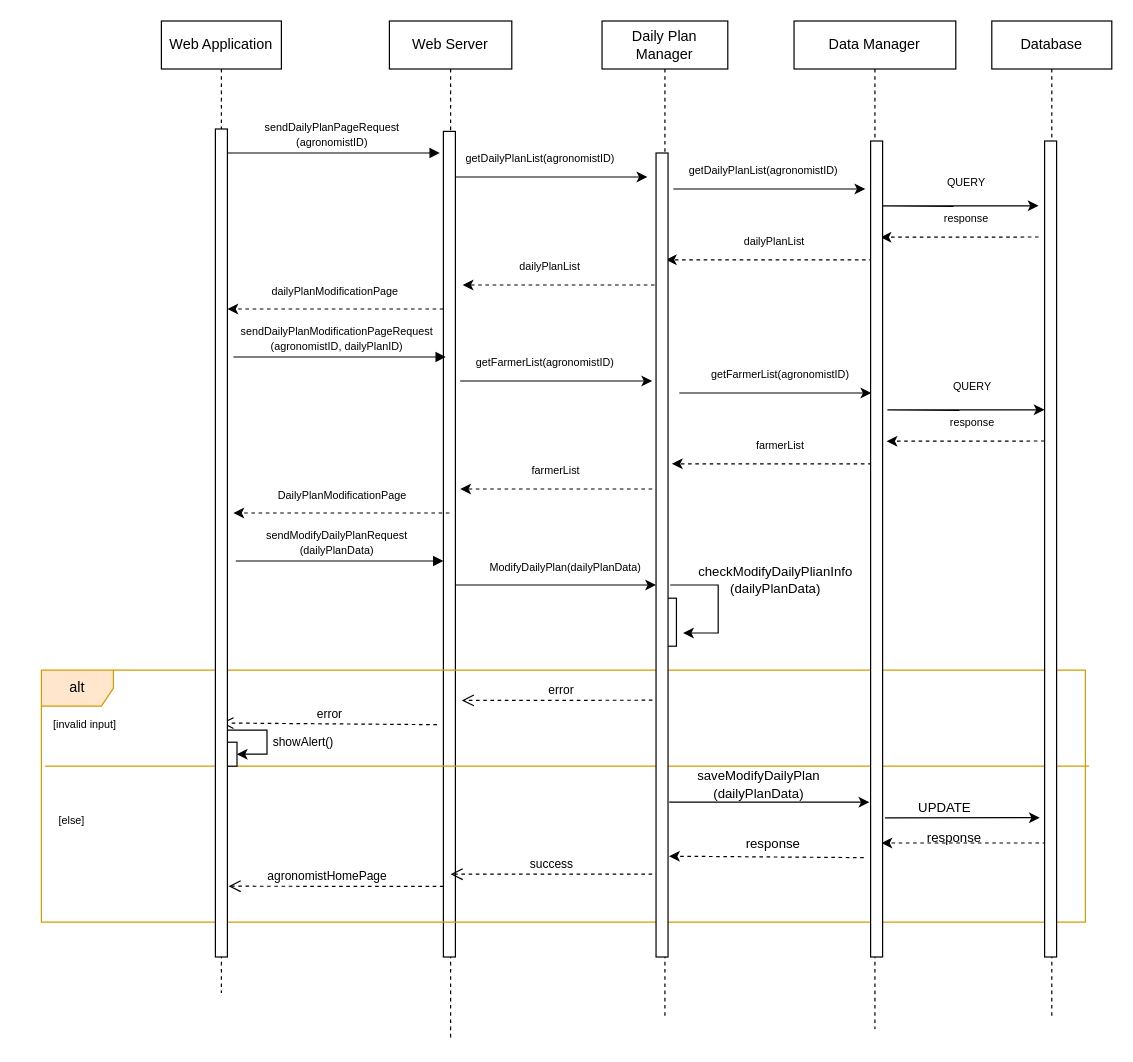
ictar/DREAM-SE2-Project-2022 keeps this draw.io diagram as page "A-ModifyDP-UC4" (4 of 18) of DD/UML/Runtime.drawio. Above is the earlier version. Source tidied: cells renumbered, new cells numbered last; positions are measured from the earlier drawing's top-left corner, leaving out a move shared by most shapes. Both pictures are drawn from the tidied source at 120%, with x=0, y=0 at pixel (20, 20).
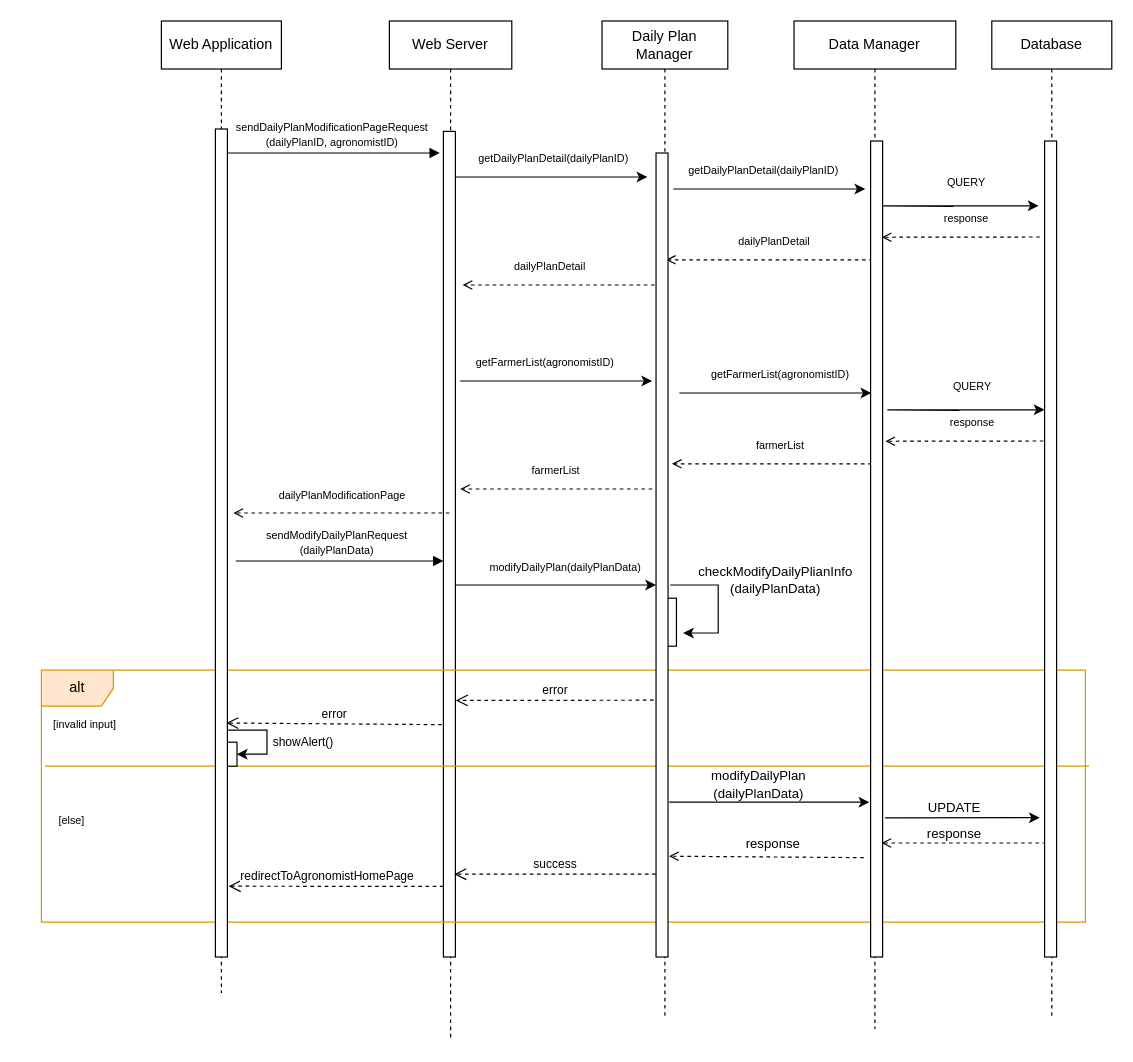
Above is the later version.

The change refers to these unchanged cells:
```xml
<mxCell id="3" value="Web Server" style="shape=umlLifeline;perimeter=lifelinePerimeter;whiteSpace=wrap;html=1;" parent="1" vertex="1">
  <mxGeometry x="307" width="102" height="850" as="geometry" />
</mxCell>
<mxCell id="28" style="html=1;points=[];perimeter=orthogonalPerimeter;" parent="1" vertex="1">
  <mxGeometry x="162" y="90" width="10" height="690" as="geometry" />
</mxCell>
<mxCell id="29" value="Data Manager" style="shape=umlLifeline;perimeter=lifelinePerimeter;whiteSpace=wrap;html=1;" parent="1" vertex="1">
  <mxGeometry x="644.2" width="134.8" height="840" as="geometry" />
</mxCell>
<mxCell id="44" value="&lt;span&gt;Daily Plan Manager&lt;/span&gt;" style="shape=umlLifeline;perimeter=lifelinePerimeter;whiteSpace=wrap;html=1;" parent="1" vertex="1">
  <mxGeometry x="484.2" width="104.8" height="830" as="geometry" />
</mxCell>
```

The edit, as a diff of the source:
```diff
@@
-    <mxCell id="7" style="endArrow=classic;html=1;rounded=0;dashed=1;exitX=-0.367;exitY=0.985;exitDx=0;exitDy=0;exitPerimeter=0;" parent="3" edge="1">
+    <mxCell id="7" style="endArrow=open;html=1;rounded=0;dashed=1;exitX=-0.367;exitY=0.985;exitDx=0;exitDy=0;exitPerimeter=0;endFill=0;" parent="3" edge="1">
       <mxGeometry relative="1" as="geometry">
         <mxPoint x="395.3" y="697.2" as="sourcePoint" />
         <mxPoint x="233" y="696" as="targetPoint" />
       </mxGeometry>
     </mxCell>
@@
-    <mxCell id="9" style="endArrow=classic;html=1;rounded=0;dashed=1;exitX=-0.055;exitY=0.851;exitDx=0;exitDy=0;exitPerimeter=0;" parent="3" edge="1">
+    <mxCell id="9" style="endArrow=open;html=1;rounded=0;dashed=1;exitX=-0.055;exitY=0.851;exitDx=0;exitDy=0;exitPerimeter=0;endFill=0;" parent="3" edge="1">
       <mxGeometry relative="1" as="geometry">
         <mxPoint x="547.4" y="685" as="sourcePoint" />
         <mxPoint x="410" y="685" as="targetPoint" />
       </mxGeometry>
     </mxCell>
-    <mxCell id="10" value="&lt;span style=&quot;font-size: 11px&quot;&gt;UPDATE&lt;/span&gt;" style="text;html=1;strokeColor=none;fillColor=none;align=center;verticalAlign=middle;whiteSpace=wrap;rounded=0;" parent="3" vertex="1">
-      <mxGeometry x="433" y="641" width="60" height="30" as="geometry" />
-    </mxCell>
-    <mxCell id="11" value="response" style="text;html=1;strokeColor=none;fillColor=none;align=center;verticalAlign=middle;whiteSpace=wrap;rounded=0;fontSize=11;" parent="3" vertex="1">
-      <mxGeometry x="441" y="666" width="60" height="30" as="geometry" />
-    </mxCell>
@@
-    <mxCell id="14" value="&lt;font face=&quot;helvetica&quot; size=&quot;1&quot;&gt;agronomistHomePage&lt;/font&gt;" style="html=1;verticalAlign=bottom;endArrow=open;dashed=1;endSize=8;exitX=-0.09;exitY=0.822;rounded=0;exitDx=0;exitDy=0;exitPerimeter=0;" parent="3" edge="1">
+    <mxCell id="14" value="&lt;span style=&quot;font-family: &amp;#34;helvetica&amp;#34; ; font-size: x-small&quot;&gt;redirectToA&lt;/span&gt;&lt;font face=&quot;helvetica&quot; size=&quot;1&quot;&gt;gronomistHomePage&lt;/font&gt;" style="html=1;verticalAlign=bottom;endArrow=open;dashed=1;endSize=8;exitX=-0.09;exitY=0.822;rounded=0;exitDx=0;exitDy=0;exitPerimeter=0;" parent="3" edge="1">
       <mxGeometry x="0.07" relative="1" as="geometry">
         <mxPoint x="45.1" y="721.2" as="sourcePoint" />
         <mxPoint x="-134" y="721" as="targetPoint" />
         <mxPoint x="-1" as="offset" />
       </mxGeometry>
     </mxCell>
     <mxCell id="15" value="&lt;font style=&quot;font-size: 10px&quot;&gt;success&lt;/font&gt;" style="html=1;verticalAlign=bottom;endArrow=open;dashed=1;endSize=8;rounded=0;" parent="3" edge="1">
       <mxGeometry relative="1" as="geometry">
-        <mxPoint x="219" y="711" as="sourcePoint" />
-        <mxPoint x="51" y="711" as="targetPoint" />
+        <mxPoint x="222" y="711" as="sourcePoint" />
+        <mxPoint x="54" y="711" as="targetPoint" />
       </mxGeometry>
     </mxCell>
-    <mxCell id="16" value="&lt;font style=&quot;font-size: 11px&quot;&gt;saveModifyDailyPlan&lt;br&gt;(d&lt;/font&gt;&lt;span style=&quot;font-size: 11px&quot;&gt;ailyPlanData)&lt;/span&gt;" style="text;html=1;strokeColor=none;fillColor=none;align=center;verticalAlign=middle;whiteSpace=wrap;rounded=0;" parent="3" vertex="1">
+    <mxCell id="16" value="&lt;font style=&quot;font-size: 11px&quot;&gt;modifyDailyPlan&lt;br&gt;(d&lt;/font&gt;&lt;span style=&quot;font-size: 11px&quot;&gt;ailyPlanData)&lt;/span&gt;" style="text;html=1;strokeColor=none;fillColor=none;align=center;verticalAlign=middle;whiteSpace=wrap;rounded=0;" parent="3" vertex="1">
       <mxGeometry x="278.2" y="621" width="60" height="30" as="geometry" />
     </mxCell>
@@
     <mxCell id="23" value="&lt;font style=&quot;font-size: 10px&quot;&gt;error&lt;/font&gt;" style="html=1;verticalAlign=bottom;endArrow=open;dashed=1;endSize=8;rounded=0;exitX=-0.067;exitY=0.831;exitDx=0;exitDy=0;exitPerimeter=0;entryX=0.953;entryY=0.495;entryDx=0;entryDy=0;entryPerimeter=0;" parent="3" edge="1">
       <mxGeometry relative="1" as="geometry">
-        <mxPoint x="225.2" y="566" as="sourcePoint" />
-        <mxPoint x="60.3" y="566.2" as="targetPoint" />
+        <mxPoint x="220.2" y="566" as="sourcePoint" />
+        <mxPoint x="55.3" y="566.2" as="targetPoint" />
       </mxGeometry>
     </mxCell>
     <mxCell id="24" value="&lt;font style=&quot;font-size: 10px&quot;&gt;error&lt;/font&gt;" style="html=1;verticalAlign=bottom;endArrow=open;dashed=1;endSize=8;rounded=0;exitX=-0.067;exitY=0.831;exitDx=0;exitDy=0;exitPerimeter=0;" parent="3" edge="1">
       <mxGeometry relative="1" as="geometry">
-        <mxPoint x="39.6" y="586.4" as="sourcePoint" />
-        <mxPoint x="-140" y="585" as="targetPoint" />
+        <mxPoint x="43.6" y="586.4" as="sourcePoint" />
+        <mxPoint x="-136" y="585" as="targetPoint" />
       </mxGeometry>
     </mxCell>
-    <mxCell id="25" value="get&lt;span style=&quot;font-family: &amp;#34;helvetica&amp;#34; ; background-color: rgb(255 , 255 , 255)&quot;&gt;DailyPlan&lt;/span&gt;List(agronomistID)" style="text;html=1;strokeColor=none;fillColor=none;align=center;verticalAlign=middle;whiteSpace=wrap;rounded=0;labelBackgroundColor=none;fontFamily=Helvetica;fontSize=9;" parent="3" vertex="1">
-      <mxGeometry x="96" y="100" width="60" height="30" as="geometry" />
-    </mxCell>
@@
-    <mxCell id="34" style="endArrow=classic;html=1;rounded=0;fontFamily=Helvetica;fontSize=9;strokeColor=#000000;entryX=0.933;entryY=0.167;entryDx=0;entryDy=0;entryPerimeter=0;dashed=1;" parent="29" edge="1">
+    <mxCell id="34" style="endArrow=open;html=1;rounded=0;fontFamily=Helvetica;fontSize=9;strokeColor=#000000;entryX=0.933;entryY=0.167;entryDx=0;entryDy=0;entryPerimeter=0;dashed=1;endFill=0;" parent="29" edge="1">
       <mxGeometry relative="1" as="geometry">
-        <mxPoint x="203.8" y="180" as="sourcePoint" />
-        <mxPoint x="72.1" y="180.2" as="targetPoint" />
+        <mxPoint x="204.8" y="180" as="sourcePoint" />
+        <mxPoint x="73.1" y="180.2" as="targetPoint" />
       </mxGeometry>
     </mxCell>
@@
-    <mxCell id="36" style="endArrow=classic;html=1;rounded=0;fontFamily=Helvetica;fontSize=9;strokeColor=#000000;dashed=1;" parent="29" edge="1">
+    <mxCell id="36" style="endArrow=open;html=1;rounded=0;fontFamily=Helvetica;fontSize=9;strokeColor=#000000;dashed=1;endFill=0;" parent="29" edge="1">
       <mxGeometry relative="1" as="geometry">
         <mxPoint x="65.7" y="199" as="sourcePoint" />
         <mxPoint x="-106.8" y="199" as="targetPoint" />
       </mxGeometry>
     </mxCell>
-    <mxCell id="37" style="endArrow=classic;html=1;rounded=0;fontFamily=Helvetica;fontSize=9;strokeColor=#000000;dashed=1;" parent="29" edge="1">
+    <mxCell id="37" style="endArrow=open;html=1;rounded=0;fontFamily=Helvetica;fontSize=9;strokeColor=#000000;dashed=1;endFill=0;" parent="29" edge="1">
       <mxGeometry relative="1" as="geometry">
         <mxPoint x="-116.2" y="220" as="sourcePoint" />
         <mxPoint x="-276.2" y="220" as="targetPoint" />
       </mxGeometry>
     </mxCell>
-    <mxCell id="38" value="get&lt;span style=&quot;font-family: &amp;#34;helvetica&amp;#34; ; background-color: rgb(255 , 255 , 255)&quot;&gt;DailyPlan&lt;/span&gt;List(agronomistID)" style="text;html=1;strokeColor=none;fillColor=none;align=center;verticalAlign=middle;whiteSpace=wrap;rounded=0;labelBackgroundColor=none;fontFamily=Helvetica;fontSize=9;" parent="29" vertex="1">
+    <mxCell id="38" value="get&lt;span style=&quot;font-family: &amp;#34;helvetica&amp;#34; ; background-color: rgb(255 , 255 , 255)&quot;&gt;DailyPlan&lt;/span&gt;Detail(dailyPlanID)" style="text;html=1;strokeColor=none;fillColor=none;align=center;verticalAlign=middle;whiteSpace=wrap;rounded=0;labelBackgroundColor=none;fontFamily=Helvetica;fontSize=9;" parent="29" vertex="1">
       <mxGeometry x="-80" y="110" width="110" height="30" as="geometry" />
     </mxCell>
-    <mxCell id="39" value="&lt;span style=&quot;font-family: &amp;#34;helvetica&amp;#34; ; background-color: rgb(255 , 255 , 255)&quot;&gt;dailyPlan&lt;/span&gt;List" style="text;html=1;strokeColor=none;fillColor=none;align=center;verticalAlign=middle;whiteSpace=wrap;rounded=0;labelBackgroundColor=none;fontFamily=Helvetica;fontSize=9;" parent="29" vertex="1">
+    <mxCell id="39" value="&lt;span style=&quot;font-family: &amp;#34;helvetica&amp;#34; ; background-color: rgb(255 , 255 , 255)&quot;&gt;dailyPlan&lt;/span&gt;Detail" style="text;html=1;strokeColor=none;fillColor=none;align=center;verticalAlign=middle;whiteSpace=wrap;rounded=0;labelBackgroundColor=none;fontFamily=Helvetica;fontSize=9;" parent="29" vertex="1">
       <mxGeometry x="-46.2" y="169" width="60" height="30" as="geometry" />
     </mxCell>
-    <mxCell id="40" value="&lt;span style=&quot;font-family: &amp;#34;helvetica&amp;#34; ; background-color: rgb(255 , 255 , 255)&quot;&gt;dailyPlan&lt;/span&gt;List" style="text;html=1;strokeColor=none;fillColor=none;align=center;verticalAlign=middle;whiteSpace=wrap;rounded=0;labelBackgroundColor=none;fontFamily=Helvetica;fontSize=9;" parent="29" vertex="1">
+    <mxCell id="40" value="&lt;span style=&quot;font-family: &amp;#34;helvetica&amp;#34; ; background-color: rgb(255 , 255 , 255)&quot;&gt;dailyPlan&lt;/span&gt;Detail" style="text;html=1;strokeColor=none;fillColor=none;align=center;verticalAlign=middle;whiteSpace=wrap;rounded=0;labelBackgroundColor=none;fontFamily=Helvetica;fontSize=9;" parent="29" vertex="1">
       <mxGeometry x="-233.2" y="190" width="60" height="30" as="geometry" />
     </mxCell>
-    <mxCell id="41" value="&lt;div&gt;&lt;span style=&quot;font-size: 9px&quot;&gt;send&lt;/span&gt;&lt;span style=&quot;font-family: &amp;#34;helvetica&amp;#34; ; font-size: 9px&quot;&gt;DailyPlanPage&lt;/span&gt;&lt;span style=&quot;font-size: 9px&quot;&gt;Request&lt;/span&gt;&lt;/div&gt;&lt;div&gt;&lt;span style=&quot;font-size: 9px&quot;&gt;(agronomistID)&lt;/span&gt;&lt;/div&gt;" style="html=1;verticalAlign=bottom;endArrow=block;rounded=0;align=center;" parent="1" edge="1" source="28">
+    <mxCell id="41" value="&lt;div&gt;&lt;span style=&quot;font-size: 9px&quot;&gt;send&lt;/span&gt;&lt;span style=&quot;font-family: &amp;#34;helvetica&amp;#34; ; font-size: 9px&quot;&gt;DailyPlanModificationPage&lt;/span&gt;&lt;span style=&quot;font-size: 9px&quot;&gt;Request&lt;/span&gt;&lt;/div&gt;&lt;div&gt;&lt;span style=&quot;font-size: 9px&quot;&gt;(dailyPlanID, agronomistID)&lt;/span&gt;&lt;/div&gt;" style="html=1;verticalAlign=bottom;endArrow=block;rounded=0;align=center;" parent="1" edge="1" source="28">
       <mxGeometry x="-0.02" relative="1" as="geometry">
         <mxPoint x="349" y="110" as="targetPoint" />
         <Array as="points">
           <mxPoint x="289" y="110" />
         </Array>
       </mxGeometry>
     </mxCell>
-    <mxCell id="42" style="endArrow=classic;html=1;rounded=0;dashed=1;" parent="1" edge="1">
-      <mxGeometry relative="1" as="geometry">
-        <mxPoint x="352" y="240" as="sourcePoint" />
-        <mxPoint x="172" y="240" as="targetPoint" />
-      </mxGeometry>
-    </mxCell>
-    <mxCell id="43" value="&lt;span style=&quot;font-family: &amp;#34;helvetica&amp;#34; ; font-size: 9px ; background-color: rgb(255 , 255 , 255)&quot;&gt;dailyPlanModificationPage&lt;/span&gt;" style="text;html=1;strokeColor=none;fillColor=none;align=center;verticalAlign=middle;whiteSpace=wrap;rounded=0;fontSize=11;" parent="1" vertex="1">
-      <mxGeometry x="207" y="210" width="110" height="30" as="geometry" />
-    </mxCell>
@@
-    <mxCell id="51" style="endArrow=classic;html=1;rounded=0;fontFamily=Helvetica;fontSize=9;strokeColor=#000000;entryX=0.933;entryY=0.167;entryDx=0;entryDy=0;entryPerimeter=0;dashed=1;" parent="44" edge="1">
+    <mxCell id="51" style="endArrow=open;html=1;rounded=0;fontFamily=Helvetica;fontSize=9;strokeColor=#000000;entryX=0.933;entryY=0.167;entryDx=0;entryDy=0;entryPerimeter=0;dashed=1;endFill=0;" parent="44" edge="1">
       <mxGeometry relative="1" as="geometry">
-        <mxPoint x="368.8" y="350" as="sourcePoint" />
-        <mxPoint x="237.1" y="350.2" as="targetPoint" />
+        <mxPoint x="367.8" y="350" as="sourcePoint" />
+        <mxPoint x="236.1" y="350.2" as="targetPoint" />
       </mxGeometry>
     </mxCell>
@@
-    <mxCell id="53" style="endArrow=classic;html=1;rounded=0;fontFamily=Helvetica;fontSize=9;strokeColor=#000000;dashed=1;" parent="44" edge="1">
+    <mxCell id="53" style="endArrow=open;html=1;rounded=0;fontFamily=Helvetica;fontSize=9;strokeColor=#000000;dashed=1;endFill=0;" parent="44" edge="1">
       <mxGeometry relative="1" as="geometry">
         <mxPoint x="230.7" y="369" as="sourcePoint" />
         <mxPoint x="58.2" y="369" as="targetPoint" />
       </mxGeometry>
     </mxCell>
-    <mxCell id="54" style="endArrow=classic;html=1;rounded=0;fontFamily=Helvetica;fontSize=9;strokeColor=#000000;dashed=1;" parent="44" edge="1">
+    <mxCell id="54" style="endArrow=open;html=1;rounded=0;fontFamily=Helvetica;fontSize=9;strokeColor=#000000;dashed=1;endFill=0;" parent="44" edge="1">
       <mxGeometry relative="1" as="geometry">
         <mxPoint x="41.8" y="390" as="sourcePoint" />
         <mxPoint x="-118.2" y="390" as="targetPoint" />
       </mxGeometry>
     </mxCell>
@@
-    <mxCell id="58" value="&lt;div&gt;&lt;span style=&quot;font-size: 9px&quot;&gt;send&lt;/span&gt;&lt;span style=&quot;font-family: &amp;#34;helvetica&amp;#34; ; font-size: 9px&quot;&gt;DailyPlanModificationPage&lt;/span&gt;&lt;span style=&quot;font-size: 9px&quot;&gt;Request&lt;/span&gt;&lt;/div&gt;&lt;div&gt;&lt;span style=&quot;font-size: 9px&quot;&gt;(agronomistID, dailyPlanID)&lt;/span&gt;&lt;/div&gt;" style="html=1;verticalAlign=bottom;endArrow=block;rounded=0;align=center;" parent="44" edge="1">
-      <mxGeometry x="-0.03" relative="1" as="geometry">
-        <mxPoint x="-307.2" y="280" as="sourcePoint" />
-        <mxPoint x="-130.2" y="280" as="targetPoint" />
-        <Array as="points">
-          <mxPoint x="-190.2" y="280" />
-        </Array>
-      </mxGeometry>
-    </mxCell>
-    <mxCell id="59" style="endArrow=classic;html=1;rounded=0;dashed=1;" parent="44" edge="1">
+    <mxCell id="59" style="endArrow=open;html=1;rounded=0;dashed=1;endFill=0;" parent="44" edge="1">
       <mxGeometry relative="1" as="geometry">
         <mxPoint x="-127.2" y="410" as="sourcePoint" />
         <mxPoint x="-307.2" y="410" as="targetPoint" />
       </mxGeometry>
     </mxCell>
-    <mxCell id="60" value="&lt;span style=&quot;font-family: &amp;#34;helvetica&amp;#34; ; font-size: 9px ; background-color: rgb(255 , 255 , 255)&quot;&gt;DailyPlanModificationPage&lt;/span&gt;" style="text;html=1;strokeColor=none;fillColor=none;align=center;verticalAlign=middle;whiteSpace=wrap;rounded=0;fontSize=11;" parent="44" vertex="1">
+    <mxCell id="60" value="&lt;span style=&quot;font-family: &amp;#34;helvetica&amp;#34; ; font-size: 9px ; background-color: rgb(255 , 255 , 255)&quot;&gt;dailyPlanModificationPage&lt;/span&gt;" style="text;html=1;strokeColor=none;fillColor=none;align=center;verticalAlign=middle;whiteSpace=wrap;rounded=0;fontSize=11;" parent="44" vertex="1">
       <mxGeometry x="-272.2" y="380" width="112.2" height="30" as="geometry" />
     </mxCell>
@@
-    <mxCell id="66" value="&lt;span style=&quot;font-size: 9px ; background-color: rgb(255 , 255 , 255)&quot;&gt;ModifyDailyPlan&lt;/span&gt;&lt;span style=&quot;background-color: rgb(255 , 255 , 255) ; font-size: 9px&quot;&gt;(d&lt;/span&gt;&lt;span style=&quot;font-size: 9px ; background-color: rgb(255 , 255 , 255)&quot;&gt;ailyPlanData&lt;/span&gt;&lt;span style=&quot;background-color: rgb(255 , 255 , 255) ; font-size: 9px&quot;&gt;)&lt;/span&gt;" style="text;html=1;strokeColor=none;fillColor=none;align=center;verticalAlign=middle;whiteSpace=wrap;rounded=0;" parent="1" vertex="1">
+    <mxCell id="66" value="&lt;span style=&quot;font-size: 9px ; background-color: rgb(255 , 255 , 255)&quot;&gt;modifyDailyPlan&lt;/span&gt;&lt;span style=&quot;background-color: rgb(255 , 255 , 255) ; font-size: 9px&quot;&gt;(d&lt;/span&gt;&lt;span style=&quot;font-size: 9px ; background-color: rgb(255 , 255 , 255)&quot;&gt;ailyPlanData&lt;/span&gt;&lt;span style=&quot;background-color: rgb(255 , 255 , 255) ; font-size: 9px&quot;&gt;)&lt;/span&gt;" style="text;html=1;strokeColor=none;fillColor=none;align=center;verticalAlign=middle;whiteSpace=wrap;rounded=0;" parent="1" vertex="1">
       <mxGeometry x="424.2" y="440" width="60" height="30" as="geometry" />
     </mxCell>
+    <mxCell id="25" value="get&lt;span style=&quot;font-family: &amp;#34;helvetica&amp;#34; ; background-color: rgb(255 , 255 , 255)&quot;&gt;DailyPlanDetail&lt;/span&gt;(dailyPlanID)" style="text;html=1;strokeColor=none;fillColor=none;align=center;verticalAlign=middle;whiteSpace=wrap;rounded=0;labelBackgroundColor=none;fontFamily=Helvetica;fontSize=9;" parent="1" vertex="1">
+      <mxGeometry x="389" y="100" width="110" height="30" as="geometry" />
+    </mxCell>
+    <mxCell id="10" value="&lt;span style=&quot;font-size: 11px&quot;&gt;UPDATE&lt;/span&gt;" style="text;html=1;strokeColor=none;fillColor=none;align=center;verticalAlign=middle;whiteSpace=wrap;rounded=0;" parent="1" vertex="1">
+      <mxGeometry x="748" y="641" width="60" height="30" as="geometry" />
+    </mxCell>
+    <mxCell id="11" value="response" style="text;html=1;strokeColor=none;fillColor=none;align=center;verticalAlign=middle;whiteSpace=wrap;rounded=0;fontSize=11;" parent="1" vertex="1">
+      <mxGeometry x="748" y="662" width="60" height="30" as="geometry" />
+    </mxCell>
```
